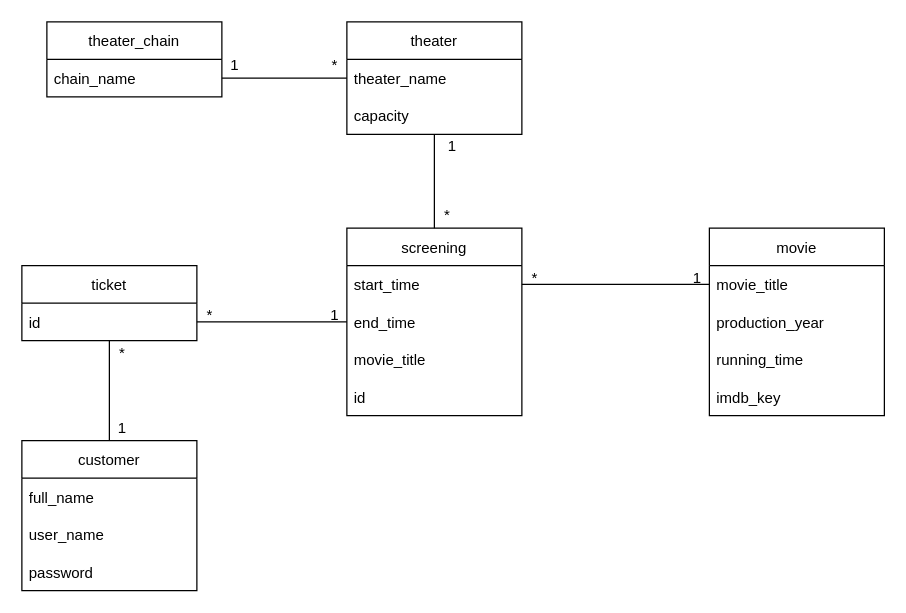
The draw.io diagram lab2/lab2.drawio in MarcusBegic/databas, before the edit. Source tidied: cells renumbered, new cells numbered last; positions are measured from the earlier drawing's top-left corner, leaving out a move shared by most shapes. Both pictures are drawn from the tidied source at 125%, with x=0, y=0 at pixel (21, 21).
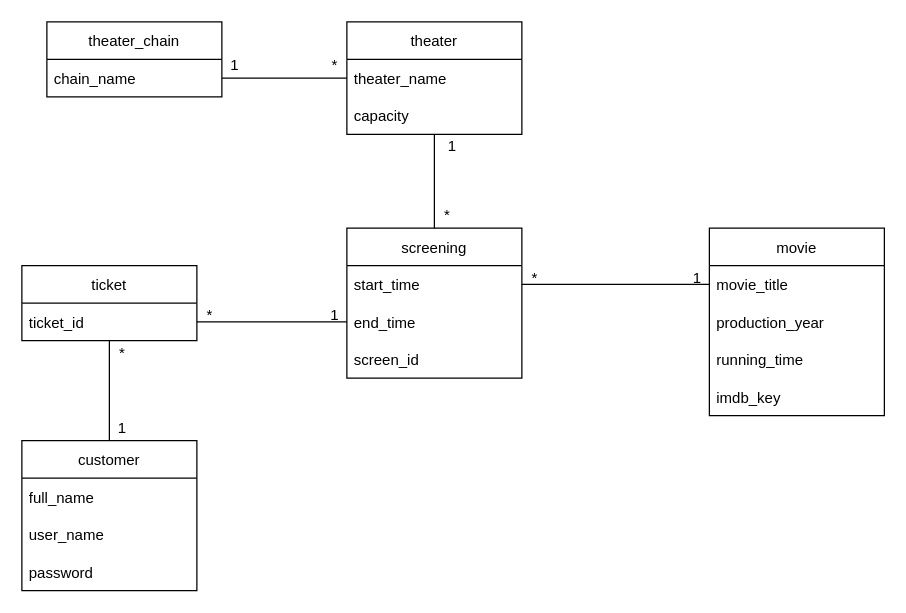
Above is the later version.

Commit message (it also covers changes not shown here):
finished until question 7

Unchanged cells that the change refers to:
```xml
<mxCell id="17" value="ticket" style="swimlane;fontStyle=0;horizontal=1;startSize=30;" parent="1" vertex="1">
  <mxGeometry y="195" width="140" height="60" as="geometry" />
</mxCell>
```

What changed in the source:
```diff
@@
     <mxCell id="7" value="screening" style="swimlane;fontStyle=0;horizontal=1;startSize=30;" parent="1" vertex="1">
-      <mxGeometry x="260" y="165" width="140" height="150" as="geometry" />
+      <mxGeometry x="260" y="165" width="140" height="120" as="geometry" />
     </mxCell>
@@
-    <mxCell id="10" value="movie_title" style="text;strokeColor=none;fillColor=none;align=left;verticalAlign=middle;spacingLeft=4;spacingRight=4;overflow=hidden;" parent="7" vertex="1">
-      <mxGeometry y="90" width="140" height="30" as="geometry" />
-    </mxCell>
-    <mxCell id="11" value="id" style="text;strokeColor=none;fillColor=none;align=left;verticalAlign=middle;spacingLeft=4;spacingRight=4;overflow=hidden;" parent="7" vertex="1">
-      <mxGeometry y="120" width="140" height="30" as="geometry" />
+    <mxCell id="11" value="screen_id" style="text;strokeColor=none;fillColor=none;align=left;verticalAlign=middle;spacingLeft=4;spacingRight=4;overflow=hidden;" parent="7" vertex="1">
+      <mxGeometry y="90" width="140" height="30" as="geometry" />
     </mxCell>
@@
-    <mxCell id="18" value="id" style="text;strokeColor=none;fillColor=none;align=left;verticalAlign=middle;spacingLeft=4;spacingRight=4;overflow=hidden;points=[[0,0.5],[1,0.5]];portConstraint=eastwest;" parent="17" vertex="1">
+    <mxCell id="18" value="ticket_id" style="text;strokeColor=none;fillColor=none;align=left;verticalAlign=middle;spacingLeft=4;spacingRight=4;overflow=hidden;points=[[0,0.5],[1,0.5]];portConstraint=eastwest;" parent="17" vertex="1">
       <mxGeometry y="30" width="140" height="30" as="geometry" />
     </mxCell>
```
